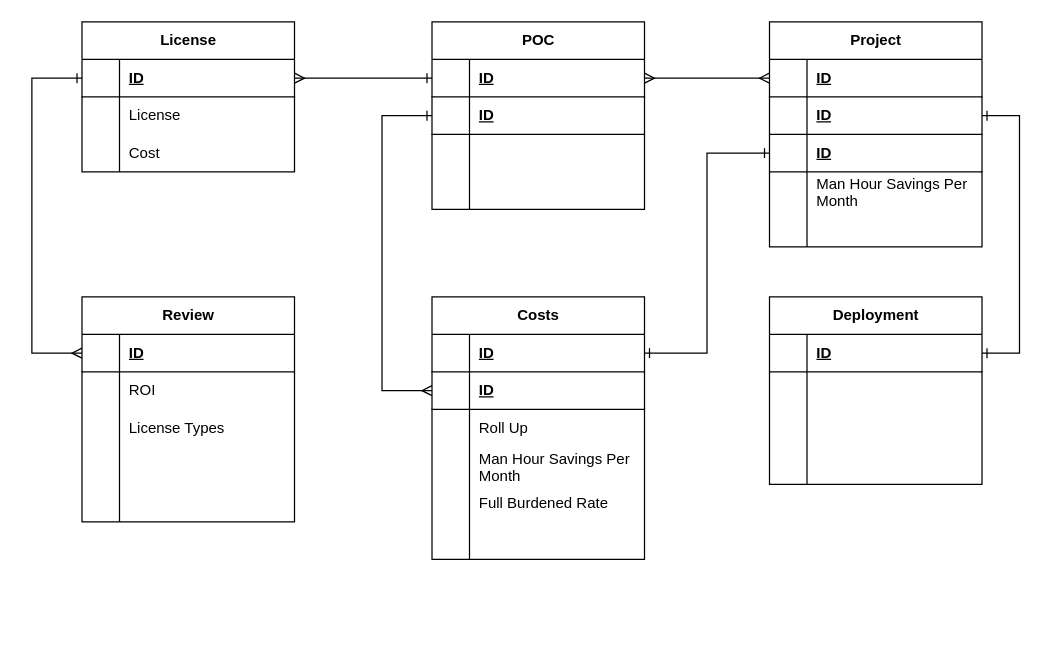
Earlier version of the draw.io diagram page "Option-3" (3 of 4) of erd-projint-01.drawio (josjreyes/ProjectIntake). Source tidied: cells renumbered, new cells numbered last; positions are measured from the earlier drawing's top-left corner, leaving out a move shared by most shapes. Both pictures are drawn from the tidied source at 125%, with x=0, y=0 at pixel (31, 21).
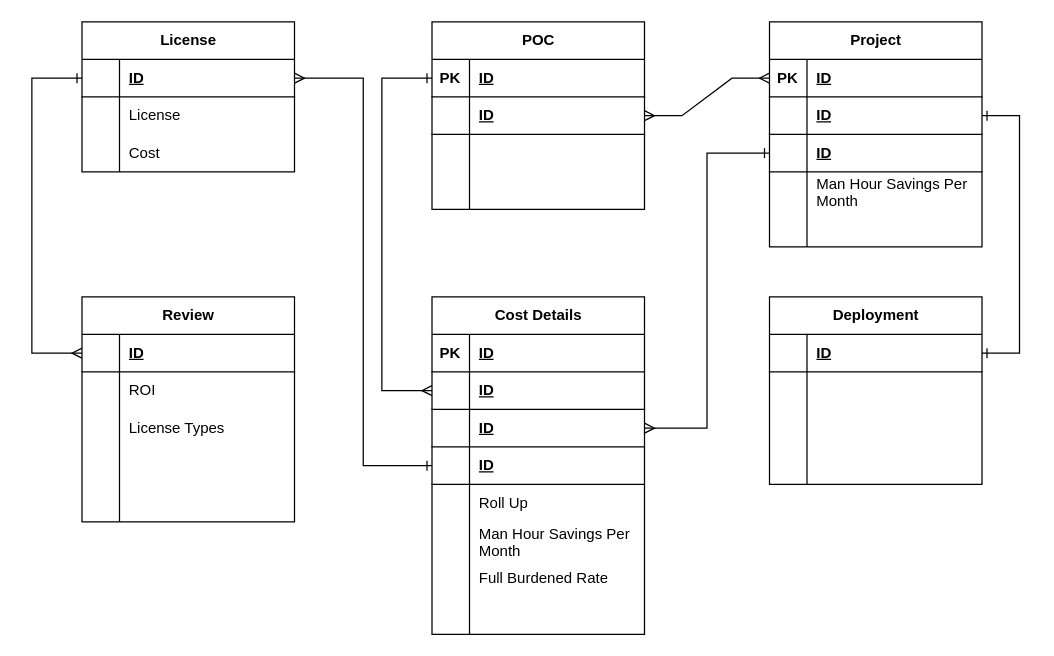
After the change.

The change refers to these unchanged cells:
```xml
<mxCell id="3" style="shape=tableRow;horizontal=0;startSize=0;swimlaneHead=0;swimlaneBody=0;fillColor=none;points=[[0,0.5],[1,0.5]];portConstraint=eastwest;top=0;left=0;right=0;bottom=1;" parent="2" vertex="1">
  <mxGeometry y="30" width="170" height="30" as="geometry" />
</mxCell>
<mxCell id="9" style="shape=tableRow;horizontal=0;startSize=0;swimlaneHead=0;swimlaneBody=0;fillColor=none;points=[[0,0.5],[1,0.5]];portConstraint=eastwest;top=0;left=0;right=0;bottom=1;" parent="2" vertex="1">
  <mxGeometry y="90" width="170" height="30" as="geometry" />
</mxCell>
<mxCell id="20" style="shape=tableRow;horizontal=0;startSize=0;swimlaneHead=0;swimlaneBody=0;fillColor=none;points=[[0,0.5],[1,0.5]];portConstraint=eastwest;top=0;left=0;right=0;bottom=1;" parent="19" vertex="1">
  <mxGeometry y="30" width="170" height="30" as="geometry" />
</mxCell>
<mxCell id="31" style="shape=tableRow;horizontal=0;startSize=0;swimlaneHead=0;swimlaneBody=0;fillColor=none;points=[[0,0.5],[1,0.5]];portConstraint=eastwest;top=0;left=0;right=0;bottom=1;" parent="30" vertex="1">
  <mxGeometry y="30" width="170" height="30" as="geometry" />
</mxCell>
<mxCell id="34" style="shape=tableRow;horizontal=0;startSize=0;swimlaneHead=0;swimlaneBody=0;fillColor=none;points=[[0,0.5],[1,0.5]];portConstraint=eastwest;top=0;left=0;right=0;bottom=1;" parent="30" vertex="1">
  <mxGeometry y="60" width="170" height="30" as="geometry" />
</mxCell>
<mxCell id="50" style="shape=tableRow;horizontal=0;startSize=0;swimlaneHead=0;swimlaneBody=0;fillColor=none;points=[[0,0.5],[1,0.5]];portConstraint=eastwest;top=0;left=0;right=0;bottom=1;" parent="49" vertex="1">
  <mxGeometry y="30" width="170" height="30" as="geometry" />
</mxCell>
<mxCell id="53" style="shape=tableRow;horizontal=0;startSize=0;swimlaneHead=0;swimlaneBody=0;fillColor=none;points=[[0,0.5],[1,0.5]];portConstraint=eastwest;top=0;left=0;right=0;bottom=1;" parent="49" vertex="1">
  <mxGeometry y="60" width="170" height="30" as="geometry" />
</mxCell>
```

Diff of the diagram source:
```diff
@@
-    <mxCell id="4" style="shape=partialRectangle;fillColor=none;top=0;left=0;bottom=0;right=0;fontStyle=1;overflow=hidden;whiteSpace=wrap;html=1;" parent="3" vertex="1">
+    <mxCell id="4" value="PK" style="shape=partialRectangle;fillColor=none;top=0;left=0;bottom=0;right=0;fontStyle=1;overflow=hidden;whiteSpace=wrap;html=1;" parent="3" vertex="1">
       <mxGeometry width="30" height="30" as="geometry" />
     </mxCell>
@@
-    <mxCell id="18" style="edgeStyle=entityRelationEdgeStyle;fontSize=12;html=1;endArrow=ERmany;rounded=0;exitX=0;exitY=0.5;exitDx=0;exitDy=0;startArrow=ERmany;startFill=0;entryX=1;entryY=0.5;entryDx=0;entryDy=0;" parent="1" edge="1" source="3" target="50">
+    <mxCell id="18" style="edgeStyle=entityRelationEdgeStyle;fontSize=12;html=1;endArrow=ERmany;rounded=0;exitX=0;exitY=0.5;exitDx=0;exitDy=0;startArrow=ERmany;startFill=0;entryX=1;entryY=0.5;entryDx=0;entryDy=0;" parent="1" edge="1" source="3" target="53">
       <mxGeometry relative="1" as="geometry" />
     </mxCell>
@@
-    <mxCell id="29" style="edgeStyle=entityRelationEdgeStyle;fontSize=12;html=1;endArrow=ERone;startArrow=ERmany;rounded=0;exitX=1;exitY=0.5;exitDx=0;exitDy=0;startFill=0;entryX=0;entryY=0.5;entryDx=0;entryDy=0;endFill=0;" parent="1" edge="1" source="20" target="50">
-      <mxGeometry relative="1" as="geometry">
-        <Array as="points">
-          <mxPoint x="320" y="490" />
-          <mxPoint x="310" y="490" />
-        </Array>
-      </mxGeometry>
-    </mxCell>
-    <mxCell id="30" value="Costs" style="shape=table;startSize=30;childLayout=tableLayout;rowLines=0;fontStyle=1;align=center;html=1;" parent="1" vertex="1">
-      <mxGeometry x="320.1" y="220" width="170" height="210" as="geometry" />
+    <mxCell id="30" value="Cost Details" style="shape=table;startSize=30;childLayout=tableLayout;rowLines=0;fontStyle=1;align=center;html=1;" parent="1" vertex="1">
+      <mxGeometry x="320.1" y="220" width="170" height="270" as="geometry" />
     </mxCell>
@@
-    <mxCell id="32" style="shape=partialRectangle;fillColor=none;top=0;left=0;bottom=0;right=0;fontStyle=1;overflow=hidden;whiteSpace=wrap;html=1;" parent="31" vertex="1">
+    <mxCell id="32" value="PK" style="shape=partialRectangle;fillColor=none;top=0;left=0;bottom=0;right=0;fontStyle=1;overflow=hidden;whiteSpace=wrap;html=1;" parent="31" vertex="1">
       <mxGeometry width="30" height="30" as="geometry" />
     </mxCell>
@@
+    <mxCell id="95" style="shape=tableRow;horizontal=0;startSize=0;swimlaneHead=0;swimlaneBody=0;fillColor=none;points=[[0,0.5],[1,0.5]];portConstraint=eastwest;top=0;left=0;right=0;bottom=1;" parent="30" vertex="1">
+      <mxGeometry y="90" width="170" height="30" as="geometry" />
+    </mxCell>
+    <mxCell id="96" style="shape=partialRectangle;fillColor=none;top=0;left=0;bottom=0;right=0;fontStyle=1;overflow=hidden;whiteSpace=wrap;html=1;" parent="95" vertex="1">
+      <mxGeometry width="30" height="30" as="geometry" />
+    </mxCell>
+    <mxCell id="97" value="ID" style="shape=partialRectangle;fillColor=none;top=0;left=0;bottom=0;right=0;align=left;spacingLeft=6;fontStyle=5;overflow=hidden;whiteSpace=wrap;html=1;" parent="95" vertex="1">
+      <mxGeometry x="30" width="140" height="30" as="geometry" />
+    </mxCell>
+    <mxCell id="98" style="shape=tableRow;horizontal=0;startSize=0;swimlaneHead=0;swimlaneBody=0;fillColor=none;points=[[0,0.5],[1,0.5]];portConstraint=eastwest;top=0;left=0;right=0;bottom=1;" parent="30" vertex="1">
+      <mxGeometry y="120" width="170" height="30" as="geometry" />
+    </mxCell>
+    <mxCell id="99" style="shape=partialRectangle;fillColor=none;top=0;left=0;bottom=0;right=0;fontStyle=1;overflow=hidden;whiteSpace=wrap;html=1;" parent="98" vertex="1">
+      <mxGeometry width="30" height="30" as="geometry" />
+    </mxCell>
+    <mxCell id="100" value="ID" style="shape=partialRectangle;fillColor=none;top=0;left=0;bottom=0;right=0;align=left;spacingLeft=6;fontStyle=5;overflow=hidden;whiteSpace=wrap;html=1;" parent="98" vertex="1">
+      <mxGeometry x="30" width="140" height="30" as="geometry" />
+    </mxCell>
     <mxCell id="37" style="shape=tableRow;horizontal=0;startSize=0;swimlaneHead=0;swimlaneBody=0;fillColor=none;top=0;left=0;right=0;bottom=0;" parent="30" vertex="1">
-      <mxGeometry y="90" width="170" height="30" as="geometry" />
+      <mxGeometry y="150" width="170" height="30" as="geometry" />
     </mxCell>
@@
     <mxCell id="40" style="shape=tableRow;horizontal=0;startSize=0;swimlaneHead=0;swimlaneBody=0;fillColor=none;top=0;left=0;right=0;bottom=0;" parent="30" vertex="1">
-      <mxGeometry y="120" width="170" height="30" as="geometry" />
+      <mxGeometry y="180" width="170" height="30" as="geometry" />
     </mxCell>
@@
     <mxCell id="43" style="shape=tableRow;horizontal=0;startSize=0;swimlaneHead=0;swimlaneBody=0;fillColor=none;top=0;left=0;right=0;bottom=0;" parent="30" vertex="1">
-      <mxGeometry y="150" width="170" height="30" as="geometry" />
+      <mxGeometry y="210" width="170" height="30" as="geometry" />
     </mxCell>
@@
     <mxCell id="46" style="shape=tableRow;horizontal=0;startSize=0;swimlaneHead=0;swimlaneBody=0;fillColor=none;top=0;left=0;right=0;bottom=0;" parent="30" vertex="1">
-      <mxGeometry y="180" width="170" height="30" as="geometry" />
+      <mxGeometry y="240" width="170" height="30" as="geometry" />
     </mxCell>
@@
-    <mxCell id="51" style="shape=partialRectangle;fillColor=none;top=0;left=0;bottom=0;right=0;fontStyle=1;overflow=hidden;whiteSpace=wrap;html=1;" parent="50" vertex="1">
+    <mxCell id="51" value="PK" style="shape=partialRectangle;fillColor=none;top=0;left=0;bottom=0;right=0;fontStyle=1;overflow=hidden;whiteSpace=wrap;html=1;" parent="50" vertex="1">
       <mxGeometry width="30" height="30" as="geometry" />
     </mxCell>
@@
-    <mxCell id="76" style="edgeStyle=orthogonalEdgeStyle;rounded=0;jettySize=auto;html=1;exitX=1;exitY=0.5;exitDx=0;exitDy=0;entryX=0;entryY=0.5;entryDx=0;entryDy=0;endArrow=ERone;endFill=0;startArrow=ERone;startFill=0;" parent="1" edge="1" source="31" target="9">
+    <mxCell id="76" style="edgeStyle=orthogonalEdgeStyle;rounded=0;jettySize=auto;html=1;exitX=1;exitY=0.5;exitDx=0;exitDy=0;entryX=0;entryY=0.5;entryDx=0;entryDy=0;endArrow=ERone;endFill=0;startArrow=ERmany;startFill=0;" parent="1" edge="1" source="95" target="9">
       <mxGeometry relative="1" as="geometry" />
     </mxCell>
-    <mxCell id="77" style="edgeStyle=orthogonalEdgeStyle;rounded=0;jettySize=auto;html=1;endArrow=ERone;endFill=0;startArrow=ERmany;startFill=0;exitX=0;exitY=0.5;exitDx=0;exitDy=0;" parent="1" edge="1" source="34" target="53">
+    <mxCell id="77" style="edgeStyle=orthogonalEdgeStyle;rounded=0;jettySize=auto;html=1;endArrow=ERone;endFill=0;startArrow=ERmany;startFill=0;exitX=0;exitY=0.5;exitDx=0;exitDy=0;entryX=0;entryY=0.5;entryDx=0;entryDy=0;" parent="1" edge="1" source="34" target="50">
       <mxGeometry relative="1" as="geometry">
         <Array as="points">
-          <mxPoint x="280.1" y="295" />
-          <mxPoint x="280.1" y="75" />
+          <mxPoint x="280" y="295" />
+          <mxPoint x="280" y="45" />
         </Array>
       </mxGeometry>
     </mxCell>
@@
+    <mxCell id="101" style="edgeStyle=orthogonalEdgeStyle;rounded=0;jettySize=auto;html=1;entryX=0;entryY=0.5;entryDx=0;entryDy=0;endArrow=ERone;endFill=0;startArrow=ERmany;startFill=0;" parent="1" edge="1" source="20" target="98">
+      <mxGeometry relative="1" as="geometry" />
+    </mxCell>
```
